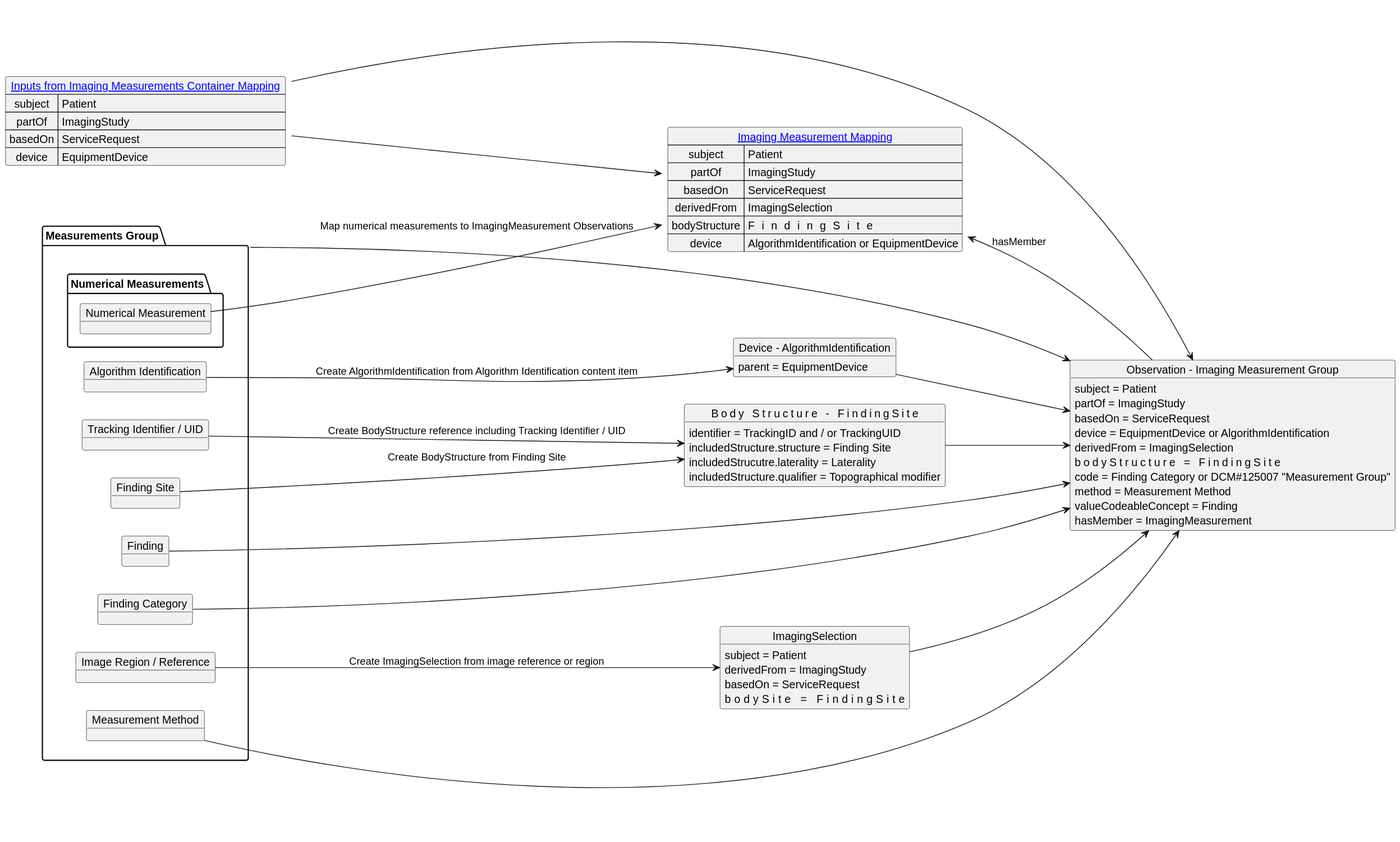
Earlier version of the PlantUML export input/images/imaging_measurement_group_mapping.svg (HL7/dicom-sr).
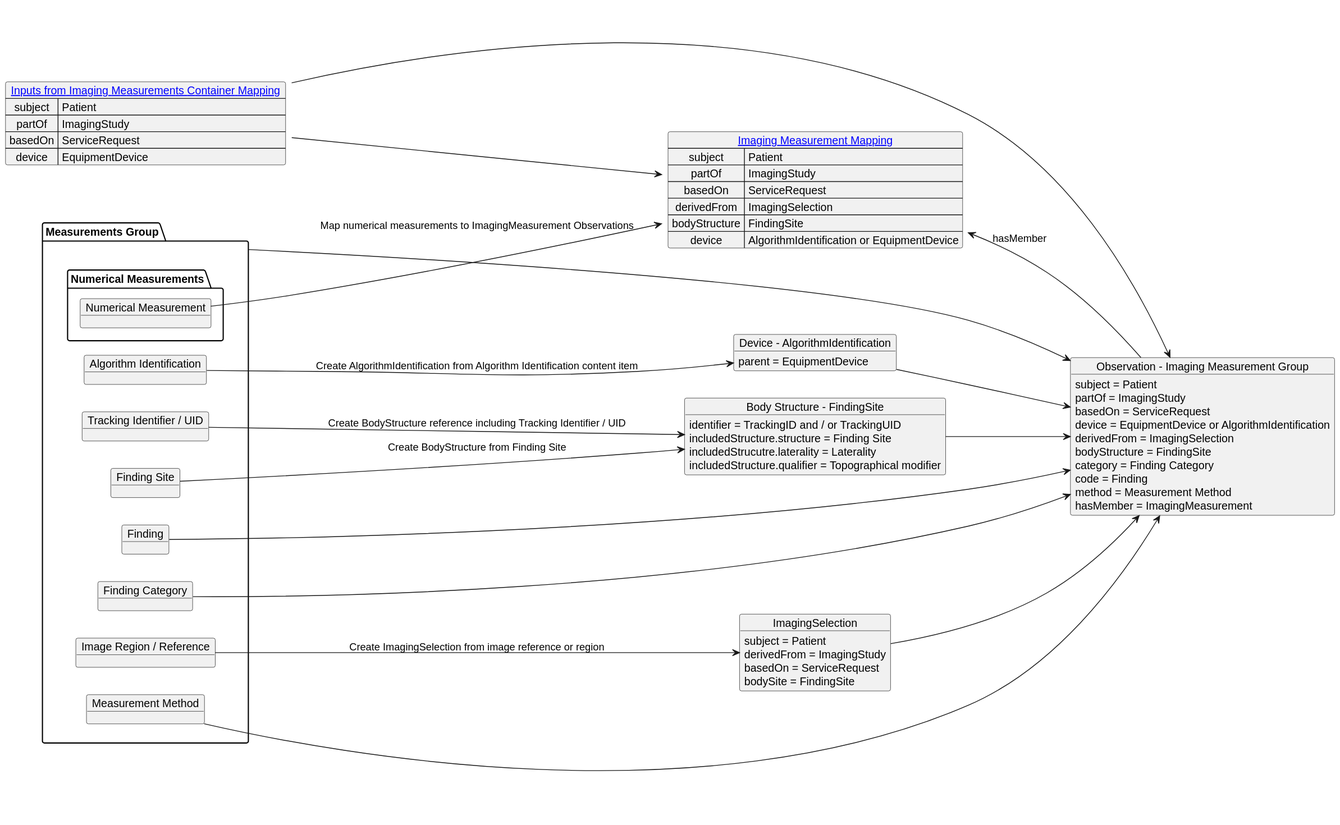
The same file after the commit.

Change to the diagram source:
```diff
@@ -25,7 +25,7 @@
     parent = EquipmentDevice
 }
 
-object "Body Structure - BodyStructureFindingSite" as BodyStructureFindingSite {
+object "Body Structure - FindingSite" as FindingSite {
     identifier = TrackingID and / or TrackingUID
     includedStructure.structure = Finding Site
     includedStrucutre.laterality = Laterality
@@ -36,7 +36,7 @@
         subject = Patient
         derivedFrom = ImagingStudy
         basedOn = ServiceRequest
-        bodySite = BodyStructureFindingSite
+        bodySite = FindingSite
 }
 
 object "Observation - Imaging Measurement Group" as imagingMeasurementGroup {
@@ -45,10 +45,10 @@
     basedOn = ServiceRequest
     device = EquipmentDevice or AlgorithmIdentification
     derivedFrom = ImagingSelection
-    bodyStructure = BodyStructureFindingSite
-    code = Finding Category or DCM#125007 "Measurement Group"
+    bodyStructure = FindingSite
+    category = Finding Category
+    code = Finding
     method = Measurement Method
-    valueCodeableConcept = Finding
     hasMember = ImagingMeasurement
 }
 
@@ -57,20 +57,20 @@
     partOf => ImagingStudy
     basedOn => ServiceRequest
     derivedFrom => ImagingSelection
-    bodyStructure => BodyStructureFindingSite
+    bodyStructure => FindingSite
     device => AlgorithmIdentification or EquipmentDevice
 }
 
 algorithm --> AlgorithmIdentification: Create AlgorithmIdentification from Algorithm Identification content item
-tracking --> BodyStructureFindingSite: Create BodyStructure reference including Tracking Identifier / UID
-findingSite --> BodyStructureFindingSite: Create BodyStructure from Finding Site
+tracking --> FindingSite: Create BodyStructure reference including Tracking Identifier / UID
+findingSite --> FindingSite: Create BodyStructure from Finding Site
 imageRegion --> ImagingSelection: Create ImagingSelection from image reference or region
 
 inputs --> imagingMeasurementGroup
 AlgorithmIdentification --> imagingMeasurementGroup
 finding --> imagingMeasurementGroup
 findingCategory --> imagingMeasurementGroup
-BodyStructureFindingSite --> imagingMeasurementGroup
+FindingSite --> imagingMeasurementGroup
 ImagingSelection --> imagingMeasurementGroup
 measurementGroup --> imagingMeasurementGroup
 method --> imagingMeasurementGroup
```
